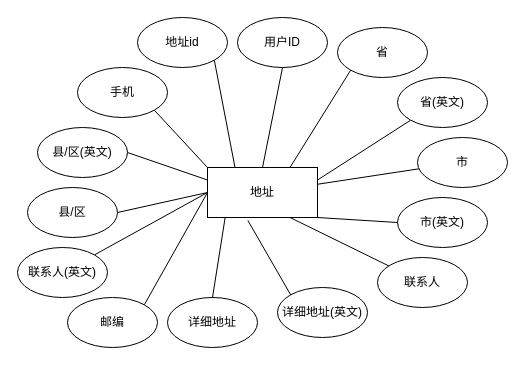
This is page "地址" (1 of 22) of ER.drawio from 194568/test1, a draw.io file, before an edit. Source tidied: cells renumbered, new cells numbered last; positions are measured from the earlier drawing's top-left corner, leaving out a move shared by most shapes. Both pictures are drawn from the tidied source at 100%, with x=0, y=0 at pixel (17, 17).
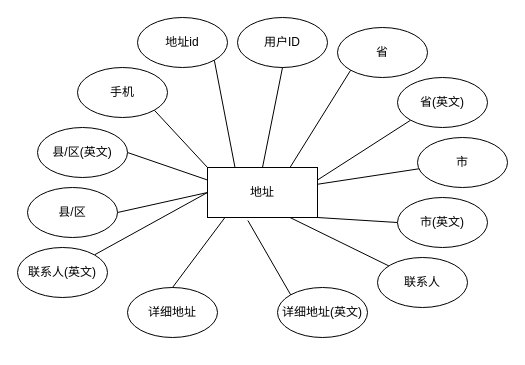
The same page after the edit.

The change refers to these unchanged cells:
```xml
<mxCell id="2" value="地址" style="rounded=0;whiteSpace=wrap;html=1;" parent="1" vertex="1">
  <mxGeometry x="190" y="150" width="110" height="50" as="geometry" />
</mxCell>
```

Diff of the diagram source:
```diff
@@
     <mxCell id="20" value="详细地址" style="ellipse;whiteSpace=wrap;html=1;" parent="1" vertex="1">
-      <mxGeometry x="150" y="280" width="90" height="50" as="geometry" />
+      <mxGeometry x="110" y="270" width="90" height="50" as="geometry" />
     </mxCell>
@@
-    <mxCell id="26" style="rounded=0;jettySize=auto;html=1;exitX=1;exitY=0;exitDx=0;exitDy=0;entryX=0;entryY=0.5;entryDx=0;entryDy=0;endArrow=none;endFill=0;" parent="1" edge="1" source="27" target="2">
-      <mxGeometry relative="1" as="geometry" />
-    </mxCell>
-    <mxCell id="27" value="邮编" style="ellipse;whiteSpace=wrap;html=1;" parent="1" vertex="1">
-      <mxGeometry x="50" y="280" width="90" height="50" as="geometry" />
-    </mxCell>
```
